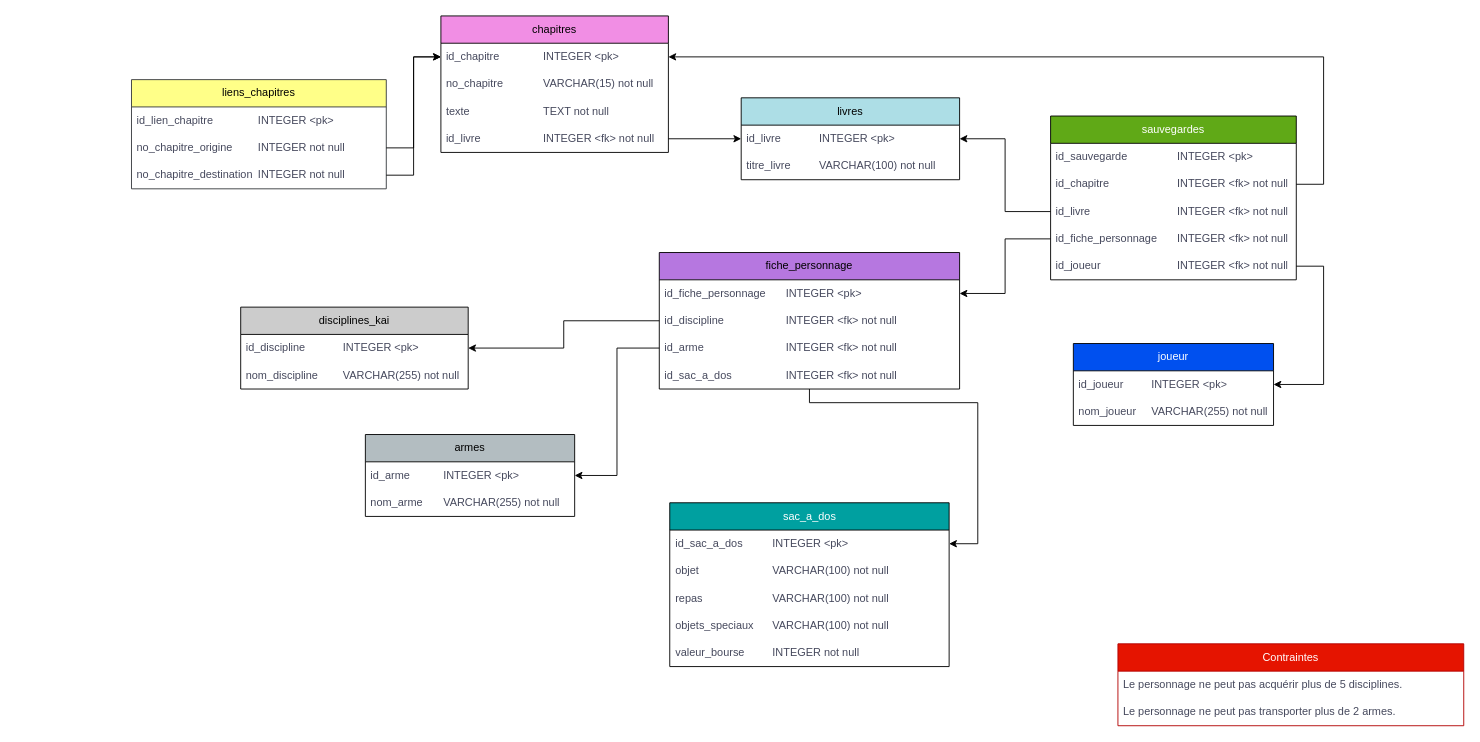
Earlier version of the draw.io diagram HeonMarilou-DiagrammeUML.drawio (marilouh315/TP_sommatif_BD2). Source tidied: cells renumbered, new cells numbered last; positions are measured from the earlier drawing's top-left corner, leaving out a move shared by most shapes. Both pictures are drawn from the tidied source at 91%, with x=0, y=0 at pixel (131, 15).
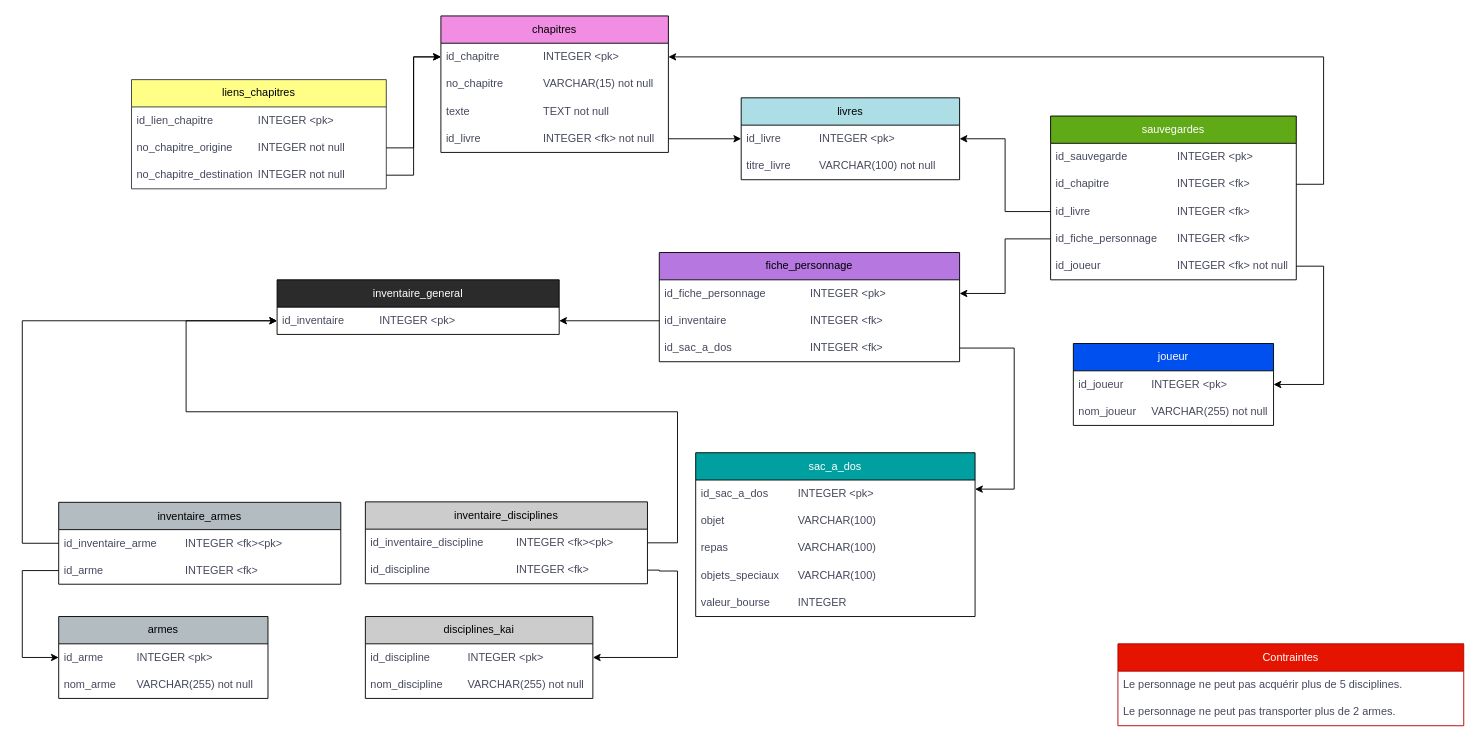
After the change.

The change refers to these unchanged cells:
```xml
<mxCell id="14" value="sauvegardes" style="swimlane;fontStyle=0;horizontal=1;startSize=30;whiteSpace=wrap;html=1;labelBackgroundColor=none;fillColor=#60a917;strokeColor=#000000;fontColor=#ffffff;" parent="1" vertex="1">
  <mxGeometry x="1010" y="110" width="270" height="180" as="geometry" />
</mxCell>
<mxCell id="29" value="id_discipline&lt;span style=&quot;white-space: pre;&quot;&gt;&#9;&lt;span style=&quot;white-space: pre;&quot;&gt;&#9;&lt;/span&gt;&lt;/span&gt;INTEGER &amp;lt;pk&amp;gt;" style="text;strokeColor=none;fillColor=none;align=left;verticalAlign=middle;spacingLeft=4;spacingRight=4;overflow=hidden;points=[[0,0.5],[1,0.5]];portConstraint=eastwest;whiteSpace=wrap;html=1;labelBackgroundColor=none;fontColor=#46495D;" parent="28" vertex="1">
  <mxGeometry y="30" width="250" height="30" as="geometry" />
</mxCell>
<mxCell id="32" value="id_arme&lt;span style=&quot;white-space: pre;&quot;&gt;&#9;&lt;/span&gt;&lt;span style=&quot;white-space: pre;&quot;&gt;&#9;&lt;/span&gt;INTEGER &amp;lt;pk&amp;gt;" style="text;strokeColor=none;fillColor=none;align=left;verticalAlign=middle;spacingLeft=4;spacingRight=4;overflow=hidden;points=[[0,0.5],[1,0.5]];portConstraint=eastwest;whiteSpace=wrap;html=1;labelBackgroundColor=none;fontColor=#46495D;" parent="31" vertex="1">
  <mxGeometry y="30" width="230" height="30" as="geometry" />
</mxCell>
<mxCell id="35" value="id_sac_a_dos&lt;span style=&quot;white-space: pre;&quot;&gt;&#9;&lt;/span&gt;&lt;span style=&quot;white-space: pre;&quot;&gt;&#9;&lt;/span&gt;INTEGER &amp;lt;pk&amp;gt;" style="text;strokeColor=none;fillColor=none;align=left;verticalAlign=middle;spacingLeft=4;spacingRight=4;overflow=hidden;points=[[0,0.5],[1,0.5]];portConstraint=eastwest;whiteSpace=wrap;html=1;labelBackgroundColor=none;fontColor=#46495D;" parent="34" vertex="1">
  <mxGeometry y="30" width="307" height="30" as="geometry" />
</mxCell>
```

What changed in the source:
```diff
@@
-    <mxCell id="16" value="id_chapitre&lt;span style=&quot;white-space: pre;&quot;&gt;&#9;&lt;/span&gt;&lt;span style=&quot;white-space: pre;&quot;&gt;&#9;&lt;/span&gt;&lt;span style=&quot;white-space: pre;&quot;&gt;&#9;&lt;/span&gt;INTEGER &amp;lt;fk&amp;gt; not null" style="text;strokeColor=none;fillColor=none;align=left;verticalAlign=middle;spacingLeft=4;spacingRight=4;overflow=hidden;points=[[0,0.5],[1,0.5]];portConstraint=eastwest;whiteSpace=wrap;html=1;labelBackgroundColor=none;fontColor=#46495D;" parent="14" vertex="1">
+    <mxCell id="16" value="id_chapitre&lt;span style=&quot;white-space: pre;&quot;&gt;&#9;&lt;/span&gt;&lt;span style=&quot;white-space: pre;&quot;&gt;&#9;&lt;/span&gt;&lt;span style=&quot;white-space: pre;&quot;&gt;&#9;&lt;/span&gt;INTEGER &amp;lt;fk&amp;gt;" style="text;strokeColor=none;fillColor=none;align=left;verticalAlign=middle;spacingLeft=4;spacingRight=4;overflow=hidden;points=[[0,0.5],[1,0.5]];portConstraint=eastwest;whiteSpace=wrap;html=1;labelBackgroundColor=none;fontColor=#46495D;" parent="14" vertex="1">
       <mxGeometry y="60" width="270" height="30" as="geometry" />
     </mxCell>
-    <mxCell id="17" value="id_livre&lt;span style=&quot;white-space: pre;&quot;&gt;&#9;&lt;/span&gt;&lt;span style=&quot;white-space: pre;&quot;&gt;&#9;&lt;/span&gt;&lt;span style=&quot;white-space: pre;&quot;&gt;&#9;&lt;/span&gt;&lt;span style=&quot;white-space: pre;&quot;&gt;&#9;&lt;/span&gt;INTEGER &amp;lt;fk&amp;gt; not null" style="text;strokeColor=none;fillColor=none;align=left;verticalAlign=middle;spacingLeft=4;spacingRight=4;overflow=hidden;points=[[0,0.5],[1,0.5]];portConstraint=eastwest;whiteSpace=wrap;html=1;labelBackgroundColor=none;fontColor=#46495D;" parent="14" vertex="1">
+    <mxCell id="17" value="id_livre&lt;span style=&quot;white-space: pre;&quot;&gt;&#9;&lt;/span&gt;&lt;span style=&quot;white-space: pre;&quot;&gt;&#9;&lt;/span&gt;&lt;span style=&quot;white-space: pre;&quot;&gt;&#9;&lt;/span&gt;&lt;span style=&quot;white-space: pre;&quot;&gt;&#9;&lt;/span&gt;INTEGER &amp;lt;fk&amp;gt;" style="text;strokeColor=none;fillColor=none;align=left;verticalAlign=middle;spacingLeft=4;spacingRight=4;overflow=hidden;points=[[0,0.5],[1,0.5]];portConstraint=eastwest;whiteSpace=wrap;html=1;labelBackgroundColor=none;fontColor=#46495D;" parent="14" vertex="1">
       <mxGeometry y="90" width="270" height="30" as="geometry" />
     </mxCell>
-    <mxCell id="18" value="id_fiche_personnage&lt;span style=&quot;white-space: pre;&quot;&gt;&#9;&lt;/span&gt;INTEGER &amp;lt;fk&amp;gt; not null" style="text;strokeColor=none;fillColor=none;align=left;verticalAlign=middle;spacingLeft=4;spacingRight=4;overflow=hidden;points=[[0,0.5],[1,0.5]];portConstraint=eastwest;whiteSpace=wrap;html=1;labelBackgroundColor=none;fontColor=#46495D;" parent="14" vertex="1">
+    <mxCell id="18" value="id_fiche_personnage&lt;span style=&quot;white-space: pre;&quot;&gt;&#9;&lt;/span&gt;INTEGER &amp;lt;fk&amp;gt;" style="text;strokeColor=none;fillColor=none;align=left;verticalAlign=middle;spacingLeft=4;spacingRight=4;overflow=hidden;points=[[0,0.5],[1,0.5]];portConstraint=eastwest;whiteSpace=wrap;html=1;labelBackgroundColor=none;fontColor=#46495D;" parent="14" vertex="1">
       <mxGeometry y="120" width="270" height="30" as="geometry" />
     </mxCell>
@@
     <mxCell id="20" value="fiche_personnage" style="swimlane;fontStyle=0;horizontal=1;startSize=30;whiteSpace=wrap;html=1;labelBackgroundColor=none;fillColor=#B677E0;strokeColor=#000000;fillStyle=auto;" parent="1" vertex="1">
-      <mxGeometry x="580" y="260" width="330" height="150" as="geometry" />
+      <mxGeometry x="580" y="260" width="330" height="120" as="geometry" />
     </mxCell>
-    <mxCell id="21" value="id_fiche_personnage&lt;span style=&quot;white-space: pre;&quot;&gt;&#9;&lt;/span&gt;INTEGER &amp;lt;pk&amp;gt;" style="text;strokeColor=none;fillColor=none;align=left;verticalAlign=middle;spacingLeft=4;spacingRight=4;overflow=hidden;points=[[0,0.5],[1,0.5]];portConstraint=eastwest;whiteSpace=wrap;html=1;labelBackgroundColor=none;fontColor=#46495D;" parent="20" vertex="1">
+    <mxCell id="21" value="id_fiche_personnage&lt;span style=&quot;white-space: pre;&quot;&gt;&#9;&lt;span style=&quot;white-space: pre;&quot;&gt;&#9;&lt;/span&gt;&lt;/span&gt;INTEGER &amp;lt;pk&amp;gt;" style="text;strokeColor=none;fillColor=none;align=left;verticalAlign=middle;spacingLeft=4;spacingRight=4;overflow=hidden;points=[[0,0.5],[1,0.5]];portConstraint=eastwest;whiteSpace=wrap;html=1;labelBackgroundColor=none;fontColor=#46495D;" parent="20" vertex="1">
       <mxGeometry y="30" width="330" height="30" as="geometry" />
     </mxCell>
-    <mxCell id="22" value="id_discipline&lt;span style=&quot;white-space: pre;&quot;&gt;&#9;&lt;/span&gt;&lt;span style=&quot;white-space: pre;&quot;&gt;&#9;&lt;/span&gt;&lt;span style=&quot;white-space: pre;&quot;&gt;&#9;&lt;/span&gt;INTEGER &amp;lt;fk&amp;gt; not null" style="text;strokeColor=none;fillColor=none;align=left;verticalAlign=middle;spacingLeft=4;spacingRight=4;overflow=hidden;points=[[0,0.5],[1,0.5]];portConstraint=eastwest;whiteSpace=wrap;html=1;labelBackgroundColor=none;fontColor=#46495D;" parent="20" vertex="1">
+    <mxCell id="22" value="id_inventaire&lt;span style=&quot;white-space: pre;&quot;&gt;&#9;&lt;/span&gt;&lt;span style=&quot;white-space: pre;&quot;&gt;&#9;&lt;span style=&quot;white-space: pre;&quot;&gt;&#9;&lt;/span&gt;&lt;span style=&quot;white-space: pre;&quot;&gt;&#9;&lt;/span&gt;&lt;/span&gt;INTEGER &amp;lt;fk&amp;gt;" style="text;strokeColor=none;fillColor=none;align=left;verticalAlign=middle;spacingLeft=4;spacingRight=4;overflow=hidden;points=[[0,0.5],[1,0.5]];portConstraint=eastwest;whiteSpace=wrap;html=1;labelBackgroundColor=none;fontColor=#46495D;" parent="20" vertex="1">
       <mxGeometry y="60" width="330" height="30" as="geometry" />
     </mxCell>
-    <mxCell id="23" value="id_arme&lt;span style=&quot;white-space: pre;&quot;&gt;&#9;&lt;/span&gt;&lt;span style=&quot;white-space: pre;&quot;&gt;&#9;&lt;/span&gt;&lt;span style=&quot;white-space: pre;&quot;&gt;&#9;&lt;/span&gt;&lt;span style=&quot;white-space: pre;&quot;&gt;&#9;&lt;/span&gt;INTEGER &amp;lt;fk&amp;gt; not null" style="text;strokeColor=none;fillColor=none;align=left;verticalAlign=middle;spacingLeft=4;spacingRight=4;overflow=hidden;points=[[0,0.5],[1,0.5]];portConstraint=eastwest;whiteSpace=wrap;html=1;labelBackgroundColor=none;fontColor=#46495D;" parent="20" vertex="1">
-      <mxGeometry y="90" width="330" height="30" as="geometry" />
-    </mxCell>
-    <mxCell id="24" value="id_sac_a_dos&lt;span style=&quot;white-space: pre;&quot;&gt;&#9;&lt;/span&gt;&lt;span style=&quot;white-space: pre;&quot;&gt;&#9;&lt;/span&gt;&lt;span style=&quot;white-space: pre;&quot;&gt;&#9;&lt;/span&gt;INTEGER &amp;lt;fk&amp;gt; not null" style="text;strokeColor=none;fillColor=none;align=left;verticalAlign=middle;spacingLeft=4;spacingRight=4;overflow=hidden;points=[[0,0.5],[1,0.5]];portConstraint=eastwest;whiteSpace=wrap;html=1;labelBackgroundColor=none;fontColor=#46495D;" parent="20" vertex="1">
-      <mxGeometry y="120" width="330" height="30" as="geometry" />
+    <mxCell id="24" value="id_sac_a_dos&lt;span style=&quot;white-space: pre;&quot;&gt;&#9;&lt;/span&gt;&lt;span style=&quot;white-space: pre;&quot;&gt;&#9;&lt;/span&gt;&lt;span style=&quot;white-space: pre;&quot;&gt;&#9;&lt;span style=&quot;white-space: pre;&quot;&gt;&#9;&lt;/span&gt;&lt;/span&gt;INTEGER &amp;lt;fk&amp;gt;&amp;nbsp;" style="text;strokeColor=none;fillColor=none;align=left;verticalAlign=middle;spacingLeft=4;spacingRight=4;overflow=hidden;points=[[0,0.5],[1,0.5]];portConstraint=eastwest;whiteSpace=wrap;html=1;labelBackgroundColor=none;fontColor=#46495D;" parent="20" vertex="1">
+      <mxGeometry y="90" width="330" height="30" as="geometry" />
     </mxCell>
@@
     <mxCell id="28" value="disciplines_kai" style="swimlane;fontStyle=0;horizontal=1;startSize=30;whiteSpace=wrap;html=1;labelBackgroundColor=none;strokeColor=#000000;fillColor=#CCCCCC;" parent="1" vertex="1">
-      <mxGeometry x="120" y="320" width="250" height="90" as="geometry" />
+      <mxGeometry x="257" y="660" width="250" height="90" as="geometry" />
     </mxCell>
@@
     <mxCell id="31" value="armes" style="swimlane;fontStyle=0;horizontal=1;startSize=30;whiteSpace=wrap;html=1;labelBackgroundColor=none;fillColor=#b3bdc1;strokeColor=#000000;" parent="1" vertex="1">
-      <mxGeometry x="257" y="460" width="230" height="90" as="geometry" />
+      <mxGeometry x="-80" y="660" width="230" height="90" as="geometry" />
     </mxCell>
@@
     <mxCell id="34" value="sac_a_dos" style="swimlane;fontStyle=0;horizontal=1;startSize=30;whiteSpace=wrap;html=1;labelBackgroundColor=none;fillColor=#00A0A0;strokeColor=#000000;fontColor=#ffffff;" parent="1" vertex="1">
-      <mxGeometry x="591.5" y="535" width="307" height="180" as="geometry" />
+      <mxGeometry x="620" y="480" width="307" height="180" as="geometry" />
     </mxCell>
@@
-    <mxCell id="36" value="objet&amp;nbsp;&lt;span style=&quot;white-space: pre;&quot;&gt;&#9;&lt;/span&gt;&lt;span style=&quot;white-space: pre;&quot;&gt;&#9;&lt;/span&gt;&lt;span style=&quot;white-space: pre;&quot;&gt;&#9;&lt;/span&gt;VARCHAR(100) not null" style="text;strokeColor=none;fillColor=none;align=left;verticalAlign=middle;spacingLeft=4;spacingRight=4;overflow=hidden;whiteSpace=wrap;html=1;labelBackgroundColor=none;fontColor=#46495D;" parent="34" vertex="1">
+    <mxCell id="36" value="objet&amp;nbsp;&lt;span style=&quot;white-space: pre;&quot;&gt;&#9;&lt;/span&gt;&lt;span style=&quot;white-space: pre;&quot;&gt;&#9;&lt;/span&gt;&lt;span style=&quot;white-space: pre;&quot;&gt;&#9;&lt;/span&gt;VARCHAR(100)&amp;nbsp;" style="text;strokeColor=none;fillColor=none;align=left;verticalAlign=middle;spacingLeft=4;spacingRight=4;overflow=hidden;whiteSpace=wrap;html=1;labelBackgroundColor=none;fontColor=#46495D;" parent="34" vertex="1">
       <mxGeometry y="60" width="307" height="30" as="geometry" />
     </mxCell>
-    <mxCell id="37" value="repas&amp;nbsp;&lt;span style=&quot;white-space: pre;&quot;&gt;&#9;&lt;/span&gt;&lt;span style=&quot;white-space: pre;&quot;&gt;&#9;&lt;/span&gt;&lt;span style=&quot;white-space: pre;&quot;&gt;&#9;&lt;/span&gt;VARCHAR(100) not null" style="text;strokeColor=none;fillColor=none;align=left;verticalAlign=middle;spacingLeft=4;spacingRight=4;overflow=hidden;whiteSpace=wrap;html=1;labelBackgroundColor=none;fontColor=#46495D;" parent="34" vertex="1">
+    <mxCell id="37" value="repas&amp;nbsp;&lt;span style=&quot;white-space: pre;&quot;&gt;&#9;&lt;/span&gt;&lt;span style=&quot;white-space: pre;&quot;&gt;&#9;&lt;/span&gt;&lt;span style=&quot;white-space: pre;&quot;&gt;&#9;&lt;/span&gt;VARCHAR(100)&amp;nbsp;" style="text;strokeColor=none;fillColor=none;align=left;verticalAlign=middle;spacingLeft=4;spacingRight=4;overflow=hidden;whiteSpace=wrap;html=1;labelBackgroundColor=none;fontColor=#46495D;" parent="34" vertex="1">
       <mxGeometry y="90" width="307" height="30" as="geometry" />
     </mxCell>
-    <mxCell id="38" value="objets_speciaux&lt;span style=&quot;white-space: pre;&quot;&gt;&#9;&lt;/span&gt;VARCHAR(100) not null" style="text;strokeColor=none;fillColor=none;align=left;verticalAlign=middle;spacingLeft=4;spacingRight=4;overflow=hidden;whiteSpace=wrap;html=1;labelBackgroundColor=none;fontColor=#46495D;" parent="34" vertex="1">
+    <mxCell id="38" value="objets_speciaux&lt;span style=&quot;white-space: pre;&quot;&gt;&#9;&lt;/span&gt;VARCHAR(100)" style="text;strokeColor=none;fillColor=none;align=left;verticalAlign=middle;spacingLeft=4;spacingRight=4;overflow=hidden;whiteSpace=wrap;html=1;labelBackgroundColor=none;fontColor=#46495D;" parent="34" vertex="1">
       <mxGeometry y="120" width="307" height="30" as="geometry" />
     </mxCell>
-    <mxCell id="39" value="valeur_bourse&lt;span style=&quot;white-space: pre;&quot;&gt;&#9;&lt;/span&gt;&lt;span style=&quot;white-space: pre;&quot;&gt;&#9;&lt;/span&gt;INTEGER not null" style="text;strokeColor=none;fillColor=none;align=left;verticalAlign=middle;spacingLeft=4;spacingRight=4;overflow=hidden;whiteSpace=wrap;html=1;labelBackgroundColor=none;fontColor=#46495D;" parent="34" vertex="1">
+    <mxCell id="39" value="valeur_bourse&lt;span style=&quot;white-space: pre;&quot;&gt;&#9;&lt;/span&gt;&lt;span style=&quot;white-space: pre;&quot;&gt;&#9;&lt;/span&gt;INTEGER&amp;nbsp;" style="text;strokeColor=none;fillColor=none;align=left;verticalAlign=middle;spacingLeft=4;spacingRight=4;overflow=hidden;whiteSpace=wrap;html=1;labelBackgroundColor=none;fontColor=#46495D;" parent="34" vertex="1">
       <mxGeometry y="150" width="307" height="30" as="geometry" />
     </mxCell>
@@
-    <mxCell id="48" style="edgeStyle=orthogonalEdgeStyle;rounded=0;jettySize=auto;html=1;strokeColor=#000000;fontColor=#46495D;fillColor=#B2C9AB;" parent="1" edge="1" source="22" target="29">
-      <mxGeometry relative="1" as="geometry" />
-    </mxCell>
-    <mxCell id="49" style="edgeStyle=orthogonalEdgeStyle;rounded=0;jettySize=auto;html=1;strokeColor=#000000;fontColor=#46495D;fillColor=#B2C9AB;" parent="1" edge="1" source="23" target="32">
-      <mxGeometry relative="1" as="geometry" />
-    </mxCell>
     <mxCell id="50" style="edgeStyle=orthogonalEdgeStyle;rounded=0;jettySize=auto;html=1;strokeColor=#000000;fontColor=#46495D;fillColor=#B2C9AB;" parent="1" edge="1" source="24" target="35">
       <mxGeometry relative="1" as="geometry">
         <Array as="points">
-          <mxPoint x="930" y="425" />
-          <mxPoint x="930" y="580" />
+          <mxPoint x="970" y="365" />
+          <mxPoint x="970" y="520" />
         </Array>
       </mxGeometry>
     </mxCell>
@@
+    <mxCell id="53" value="inventaire_disciplines" style="swimlane;fontStyle=0;horizontal=1;startSize=30;whiteSpace=wrap;html=1;labelBackgroundColor=none;strokeColor=#000000;fillColor=#CCCCCC;" parent="1" vertex="1">
+      <mxGeometry x="257" y="534" width="310" height="90" as="geometry" />
+    </mxCell>
+    <mxCell id="54" value="id_inventaire_discipline&lt;span style=&quot;white-space: pre;&quot;&gt;&#9;&lt;/span&gt;&lt;span style=&quot;white-space: pre;&quot;&gt;&#9;&lt;/span&gt;INTEGER &amp;lt;fk&amp;gt;&amp;lt;pk&amp;gt;" style="text;strokeColor=none;fillColor=none;align=left;verticalAlign=middle;spacingLeft=4;spacingRight=4;overflow=hidden;points=[[0,0.5],[1,0.5]];portConstraint=eastwest;whiteSpace=wrap;html=1;labelBackgroundColor=none;fontColor=#46495D;" parent="53" vertex="1">
+      <mxGeometry y="30" width="310" height="30" as="geometry" />
+    </mxCell>
+    <mxCell id="55" value="id_discipline&lt;span style=&quot;white-space: pre;&quot;&gt;&#9;&lt;/span&gt;&lt;span style=&quot;white-space: pre;&quot;&gt;&#9;&lt;/span&gt;&lt;span style=&quot;white-space: pre;&quot;&gt;&#9;&lt;span style=&quot;white-space: pre;&quot;&gt;&#9;&lt;/span&gt;I&lt;/span&gt;NTEGER &amp;lt;fk&amp;gt;" style="text;strokeColor=none;fillColor=none;align=left;verticalAlign=middle;spacingLeft=4;spacingRight=4;overflow=hidden;points=[[0,0.5],[1,0.5]];portConstraint=eastwest;whiteSpace=wrap;html=1;labelBackgroundColor=none;fontColor=#46495D;" parent="53" vertex="1">
+      <mxGeometry y="60" width="310" height="30" as="geometry" />
+    </mxCell>
+    <mxCell id="56" style="edgeStyle=orthogonalEdgeStyle;rounded=0;jettySize=auto;html=1;" parent="1" edge="1" source="55" target="29">
+      <mxGeometry relative="1" as="geometry">
+        <Array as="points">
+          <mxPoint x="580" y="609" />
+          <mxPoint x="600" y="610" />
+          <mxPoint x="600" y="705" />
+        </Array>
+      </mxGeometry>
+    </mxCell>
+    <mxCell id="57" value="inventaire_armes" style="swimlane;fontStyle=0;horizontal=1;startSize=30;whiteSpace=wrap;html=1;labelBackgroundColor=none;strokeColor=#000000;fillColor=#B3BDC1;" parent="1" vertex="1">
+      <mxGeometry x="-80" y="534.5" width="310" height="90" as="geometry" />
+    </mxCell>
+    <mxCell id="58" value="id_inventaire_arme&lt;span style=&quot;white-space: pre;&quot;&gt;&#9;&lt;/span&gt;&lt;span style=&quot;white-space: pre;&quot;&gt;&#9;&lt;/span&gt;INTEGER &amp;lt;fk&amp;gt;&amp;lt;pk&amp;gt;" style="text;strokeColor=none;fillColor=none;align=left;verticalAlign=middle;spacingLeft=4;spacingRight=4;overflow=hidden;points=[[0,0.5],[1,0.5]];portConstraint=eastwest;whiteSpace=wrap;html=1;labelBackgroundColor=none;fontColor=#46495D;" parent="57" vertex="1">
+      <mxGeometry y="30" width="310" height="30" as="geometry" />
+    </mxCell>
+    <mxCell id="59" value="id_arme&lt;span style=&quot;white-space: pre;&quot;&gt;&#9;&lt;/span&gt;&lt;span style=&quot;white-space: pre;&quot;&gt;&#9;&lt;/span&gt;&lt;span style=&quot;white-space: pre;&quot;&gt;&#9;&lt;span style=&quot;white-space: pre;&quot;&gt;&#9;&lt;/span&gt;I&lt;/span&gt;NTEGER &amp;lt;fk&amp;gt;" style="text;strokeColor=none;fillColor=none;align=left;verticalAlign=middle;spacingLeft=4;spacingRight=4;overflow=hidden;points=[[0,0.5],[1,0.5]];portConstraint=eastwest;whiteSpace=wrap;html=1;labelBackgroundColor=none;fontColor=#46495D;" parent="57" vertex="1">
+      <mxGeometry y="60" width="310" height="30" as="geometry" />
+    </mxCell>
+    <mxCell id="60" value="inventaire_general" style="swimlane;fontStyle=0;horizontal=1;startSize=30;whiteSpace=wrap;html=1;labelBackgroundColor=none;strokeColor=#000000;fillColor=#2B2B2B;fontColor=#FFFFFF;" parent="1" vertex="1">
+      <mxGeometry x="160" y="290" width="310" height="60" as="geometry" />
+    </mxCell>
+    <mxCell id="61" value="id_inventaire&lt;span style=&quot;white-space: pre;&quot;&gt;&#9;&lt;/span&gt;&lt;span style=&quot;white-space: pre;&quot;&gt;&#9;&lt;/span&gt;INTEGER &amp;lt;pk&amp;gt;&amp;nbsp;" style="text;strokeColor=none;fillColor=none;align=left;verticalAlign=middle;spacingLeft=4;spacingRight=4;overflow=hidden;points=[[0,0.5],[1,0.5]];portConstraint=eastwest;whiteSpace=wrap;html=1;labelBackgroundColor=none;fontColor=#46495D;" parent="60" vertex="1">
+      <mxGeometry y="30" width="310" height="30" as="geometry" />
+    </mxCell>
+    <mxCell id="62" style="edgeStyle=orthogonalEdgeStyle;rounded=0;jettySize=auto;html=1;" parent="1" edge="1" source="54" target="61">
+      <mxGeometry relative="1" as="geometry">
+        <Array as="points">
+          <mxPoint x="600" y="579" />
+          <mxPoint x="600" y="435" />
+          <mxPoint x="60" y="435" />
+          <mxPoint x="60" y="335" />
+        </Array>
+      </mxGeometry>
+    </mxCell>
+    <mxCell id="63" style="edgeStyle=orthogonalEdgeStyle;rounded=0;jettySize=auto;html=1;" parent="1" edge="1" source="58" target="61">
+      <mxGeometry relative="1" as="geometry">
+        <Array as="points">
+          <mxPoint x="-120" y="579" />
+          <mxPoint x="-120" y="335" />
+        </Array>
+      </mxGeometry>
+    </mxCell>
+    <mxCell id="64" style="edgeStyle=orthogonalEdgeStyle;rounded=0;jettySize=auto;html=1;" parent="1" edge="1" source="22" target="61">
+      <mxGeometry relative="1" as="geometry" />
+    </mxCell>
+    <mxCell id="65" style="edgeStyle=orthogonalEdgeStyle;rounded=0;jettySize=auto;html=1;" parent="1" edge="1" source="59" target="32">
+      <mxGeometry relative="1" as="geometry">
+        <Array as="points">
+          <mxPoint x="-120" y="609" />
+          <mxPoint x="-120" y="705" />
+        </Array>
+      </mxGeometry>
+    </mxCell>
```
